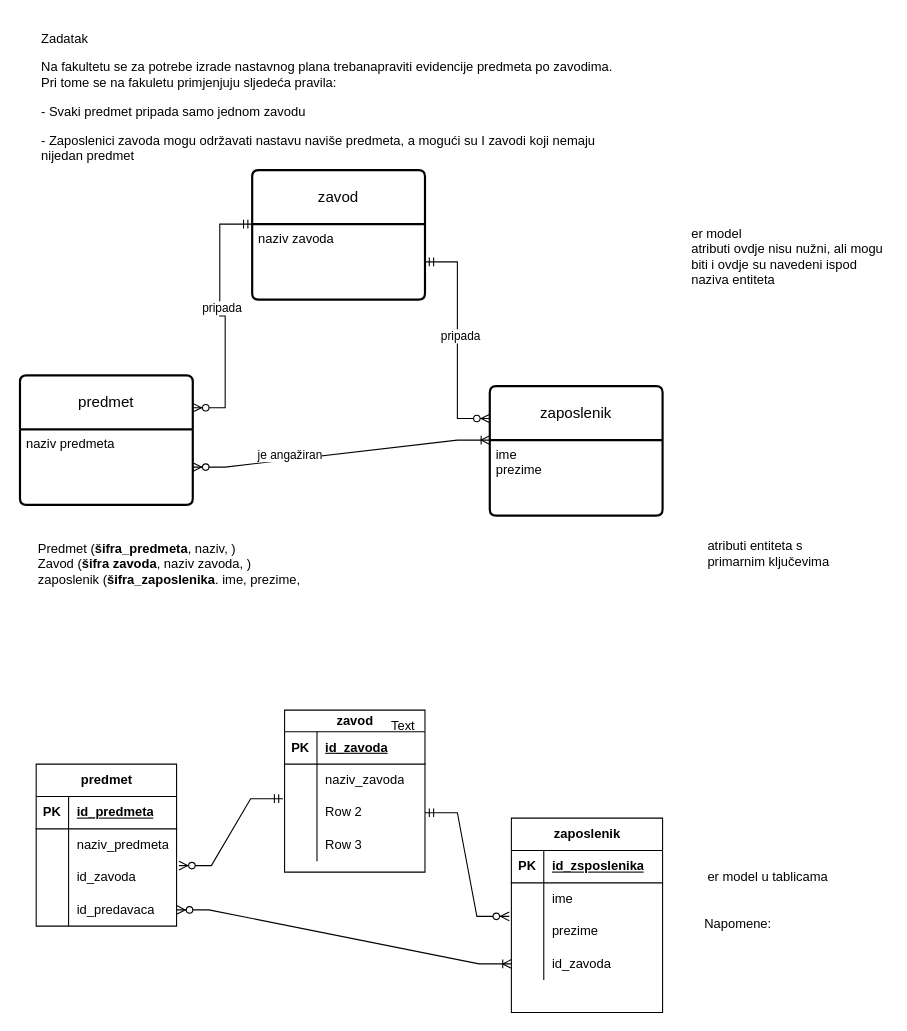
Above: fakultet-1nf.drawio in RankoSimic/baze_podataka (draw.io), before the change. Source tidied: cells renumbered, new cells numbered last; positions are measured from the earlier drawing's top-left corner, leaving out a move shared by most shapes. Both pictures are drawn from the tidied source at 108%, with x=0, y=0 at pixel (19, 29).
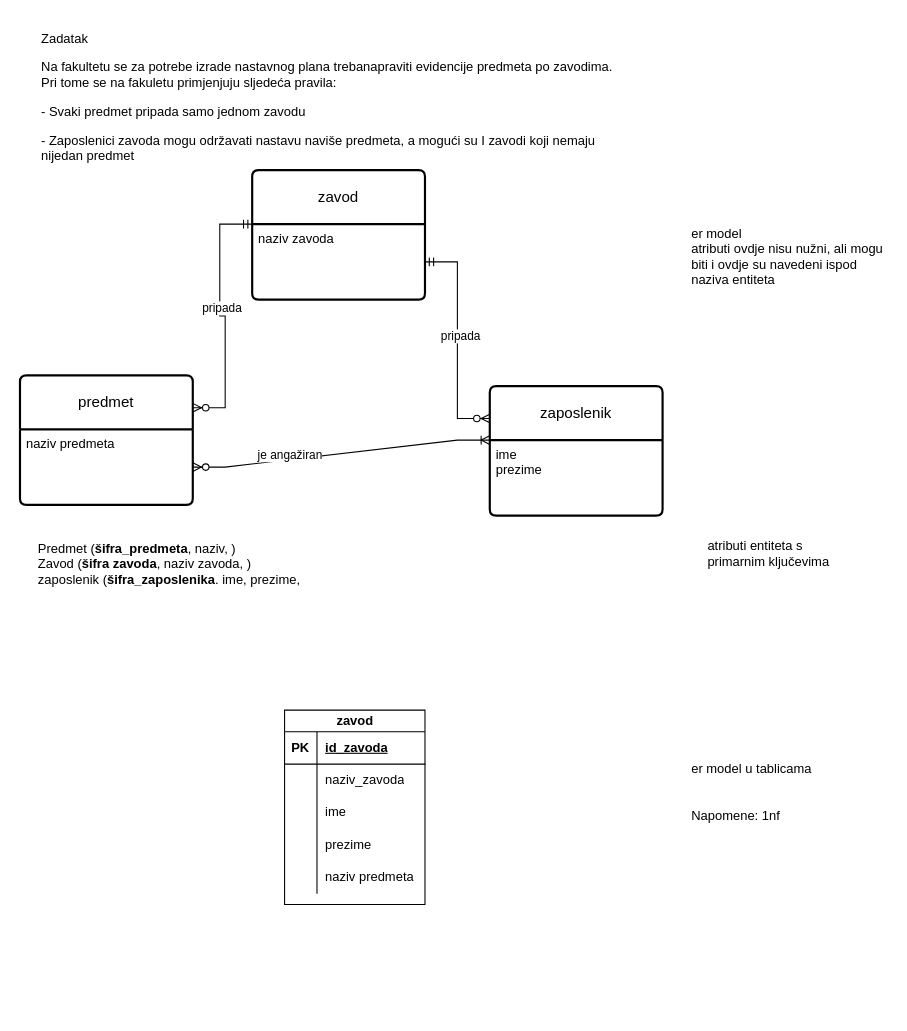
After the change.

Unchanged cells that the change refers to:
```xml
<mxCell id="10" style="shape=tableRow;horizontal=0;startSize=0;swimlaneHead=0;swimlaneBody=0;fillColor=none;points=[[0,0.5],[1,0.5]];portConstraint=eastwest;top=0;left=0;right=0;bottom=0;" parent="3" vertex="1">
  <mxGeometry y="80" width="130" height="30" as="geometry" />
</mxCell>
<mxCell id="13" style="shape=tableRow;horizontal=0;startSize=0;swimlaneHead=0;swimlaneBody=0;fillColor=none;top=0;left=0;right=0;bottom=0;" parent="3" vertex="1">
  <mxGeometry y="110" width="130" height="30" as="geometry" />
</mxCell>
```

What changed in the source:
```diff
@@
     <mxCell id="3" value="zavod" style="shape=table;startSize=20;childLayout=tableLayout;rowLines=0;fontStyle=1;align=center;html=1;" parent="1" vertex="1">
-      <mxGeometry x="245" y="630" width="130" height="150" as="geometry" />
+      <mxGeometry x="245" y="630" width="130" height="180" as="geometry" />
     </mxCell>
@@
-    <mxCell id="12" value="Row 2" style="shape=partialRectangle;fillColor=none;top=0;left=0;bottom=0;right=0;align=left;spacingLeft=6;overflow=hidden;whiteSpace=wrap;html=1;" parent="10" vertex="1">
+    <mxCell id="12" value="ime " style="shape=partialRectangle;fillColor=none;top=0;left=0;bottom=0;right=0;align=left;spacingLeft=6;overflow=hidden;whiteSpace=wrap;html=1;" parent="10" vertex="1">
       <mxGeometry x="30" width="100" height="30" as="geometry" />
     </mxCell>
@@
-    <mxCell id="15" value="Row 3" style="shape=partialRectangle;fillColor=none;top=0;left=0;bottom=0;right=0;align=left;spacingLeft=6;overflow=hidden;whiteSpace=wrap;html=1;" parent="13" vertex="1">
+    <mxCell id="15" value="prezime " style="shape=partialRectangle;fillColor=none;top=0;left=0;bottom=0;right=0;align=left;spacingLeft=6;overflow=hidden;whiteSpace=wrap;html=1;" parent="13" vertex="1">
       <mxGeometry x="30" width="100" height="30" as="geometry" />
     </mxCell>
-    <mxCell id="16" value="predmet" style="shape=table;startSize=30;childLayout=tableLayout;rowLines=0;fontStyle=1;align=center;html=1;" parent="1" vertex="1">
-      <mxGeometry x="15" y="680" width="130" height="150" as="geometry" />
-    </mxCell>
-    <mxCell id="17" style="shape=tableRow;horizontal=0;startSize=0;swimlaneHead=0;swimlaneBody=0;fillColor=none;top=0;left=0;right=0;bottom=1;" parent="16" vertex="1">
-      <mxGeometry y="30" width="130" height="30" as="geometry" />
-    </mxCell>
-    <mxCell id="18" value="PK" style="shape=partialRectangle;fillColor=none;top=0;left=0;bottom=0;right=0;fontStyle=1;overflow=hidden;whiteSpace=wrap;html=1;" parent="17" vertex="1">
-      <mxGeometry width="30" height="30" as="geometry" />
-    </mxCell>
-    <mxCell id="19" value="id_predmeta" style="shape=partialRectangle;fillColor=none;top=0;left=0;bottom=0;right=0;align=left;spacingLeft=6;fontStyle=5;overflow=hidden;whiteSpace=wrap;html=1;" parent="17" vertex="1">
-      <mxGeometry x="30" width="100" height="30" as="geometry" />
-    </mxCell>
-    <mxCell id="20" style="shape=tableRow;horizontal=0;startSize=0;swimlaneHead=0;swimlaneBody=0;fillColor=none;top=0;left=0;right=0;bottom=0;" parent="16" vertex="1">
-      <mxGeometry y="60" width="130" height="30" as="geometry" />
-    </mxCell>
-    <mxCell id="21" style="shape=partialRectangle;fillColor=none;top=0;left=0;bottom=0;right=0;overflow=hidden;whiteSpace=wrap;html=1;" parent="20" vertex="1">
-      <mxGeometry width="30" height="30" as="geometry" />
-    </mxCell>
-    <mxCell id="22" value="naziv_predmeta" style="shape=partialRectangle;fillColor=none;top=0;left=0;bottom=0;right=0;align=left;spacingLeft=6;overflow=hidden;whiteSpace=wrap;html=1;" parent="20" vertex="1">
-      <mxGeometry x="30" width="100" height="30" as="geometry" />
-    </mxCell>
-    <mxCell id="23" style="shape=tableRow;horizontal=0;startSize=0;swimlaneHead=0;swimlaneBody=0;fillColor=none;points=[[0,0.5],[1,0.5]];portConstraint=eastwest;top=0;left=0;right=0;bottom=0;" parent="16" vertex="1">
-      <mxGeometry y="90" width="130" height="30" as="geometry" />
-    </mxCell>
-    <mxCell id="24" style="shape=partialRectangle;fillColor=none;top=0;left=0;bottom=0;right=0;overflow=hidden;whiteSpace=wrap;html=1;" parent="23" vertex="1">
-      <mxGeometry width="30" height="30" as="geometry" />
-    </mxCell>
-    <mxCell id="25" value="id_zavoda" style="shape=partialRectangle;fillColor=none;top=0;left=0;bottom=0;right=0;align=left;spacingLeft=6;overflow=hidden;whiteSpace=wrap;html=1;" parent="23" vertex="1">
-      <mxGeometry x="30" width="100" height="30" as="geometry" />
-    </mxCell>
-    <mxCell id="26" style="shape=tableRow;horizontal=0;startSize=0;swimlaneHead=0;swimlaneBody=0;fillColor=none;points=[[0,0.5],[1,0.5]];portConstraint=eastwest;top=0;left=0;right=0;bottom=0;" parent="16" vertex="1">
-      <mxGeometry y="120" width="130" height="30" as="geometry" />
-    </mxCell>
-    <mxCell id="27" style="shape=partialRectangle;fillColor=none;top=0;left=0;bottom=0;right=0;overflow=hidden;whiteSpace=wrap;html=1;" parent="26" vertex="1">
-      <mxGeometry width="30" height="30" as="geometry" />
-    </mxCell>
-    <mxCell id="28" value="id_predavaca" style="shape=partialRectangle;fillColor=none;top=0;left=0;bottom=0;right=0;align=left;spacingLeft=6;overflow=hidden;whiteSpace=wrap;html=1;" parent="26" vertex="1">
-      <mxGeometry x="30" width="100" height="30" as="geometry" />
-    </mxCell>
-    <mxCell id="29" style="edgeStyle=entityRelationEdgeStyle;fontSize=12;html=1;endArrow=ERzeroToMany;startArrow=ERmandOne;rounded=0;entryX=1.017;entryY=0.133;entryDx=0;entryDy=0;entryPerimeter=0;exitX=-0.011;exitY=0.067;exitDx=0;exitDy=0;exitPerimeter=0;" parent="1" edge="1" source="10" target="23">
-      <mxGeometry relative="1" as="geometry" />
-    </mxCell>
-    <mxCell id="30" value="zaposlenik" style="shape=table;startSize=30;childLayout=tableLayout;rowLines=0;fontStyle=1;align=center;html=1;" parent="1" vertex="1">
-      <mxGeometry x="455" y="730" width="140" height="180" as="geometry" />
-    </mxCell>
-    <mxCell id="31" style="shape=tableRow;horizontal=0;startSize=0;swimlaneHead=0;swimlaneBody=0;fillColor=none;top=0;left=0;right=0;bottom=1;" parent="30" vertex="1">
-      <mxGeometry y="30" width="140" height="30" as="geometry" />
-    </mxCell>
-    <mxCell id="32" value="PK" style="shape=partialRectangle;fillColor=none;top=0;left=0;bottom=0;right=0;fontStyle=1;overflow=hidden;whiteSpace=wrap;html=1;" parent="31" vertex="1">
-      <mxGeometry width="30" height="30" as="geometry" />
-    </mxCell>
-    <mxCell id="33" value="id_zsposlenika" style="shape=partialRectangle;fillColor=none;top=0;left=0;bottom=0;right=0;align=left;spacingLeft=6;fontStyle=5;overflow=hidden;whiteSpace=wrap;html=1;" parent="31" vertex="1">
-      <mxGeometry x="30" width="110" height="30" as="geometry" />
-    </mxCell>
-    <mxCell id="34" style="shape=tableRow;horizontal=0;startSize=0;swimlaneHead=0;swimlaneBody=0;fillColor=none;top=0;left=0;right=0;bottom=0;" parent="30" vertex="1">
-      <mxGeometry y="60" width="140" height="30" as="geometry" />
-    </mxCell>
-    <mxCell id="35" style="shape=partialRectangle;fillColor=none;top=0;left=0;bottom=0;right=0;overflow=hidden;whiteSpace=wrap;html=1;" parent="34" vertex="1">
-      <mxGeometry width="30" height="30" as="geometry" />
-    </mxCell>
-    <mxCell id="36" value="ime " style="shape=partialRectangle;fillColor=none;top=0;left=0;bottom=0;right=0;align=left;spacingLeft=6;overflow=hidden;whiteSpace=wrap;html=1;" parent="34" vertex="1">
-      <mxGeometry x="30" width="110" height="30" as="geometry" />
-    </mxCell>
-    <mxCell id="37" style="shape=tableRow;horizontal=0;startSize=0;swimlaneHead=0;swimlaneBody=0;fillColor=none;points=[[0,0.5],[1,0.5]];portConstraint=eastwest;top=0;left=0;right=0;bottom=0;" parent="30" vertex="1">
-      <mxGeometry y="90" width="140" height="30" as="geometry" />
-    </mxCell>
-    <mxCell id="38" style="shape=partialRectangle;fillColor=none;top=0;left=0;bottom=0;right=0;overflow=hidden;whiteSpace=wrap;html=1;" parent="37" vertex="1">
-      <mxGeometry width="30" height="30" as="geometry" />
-    </mxCell>
-    <mxCell id="39" value="prezime" style="shape=partialRectangle;fillColor=none;top=0;left=0;bottom=0;right=0;align=left;spacingLeft=6;overflow=hidden;whiteSpace=wrap;html=1;" parent="37" vertex="1">
-      <mxGeometry x="30" width="110" height="30" as="geometry" />
-    </mxCell>
-    <mxCell id="40" style="shape=tableRow;horizontal=0;startSize=0;swimlaneHead=0;swimlaneBody=0;fillColor=none;points=[[0,0.5],[1,0.5]];portConstraint=eastwest;top=0;left=0;right=0;bottom=0;" parent="30" vertex="1">
-      <mxGeometry y="120" width="140" height="30" as="geometry" />
-    </mxCell>
-    <mxCell id="41" style="shape=partialRectangle;fillColor=none;top=0;left=0;bottom=0;right=0;overflow=hidden;whiteSpace=wrap;html=1;" parent="40" vertex="1">
-      <mxGeometry width="30" height="30" as="geometry" />
-    </mxCell>
-    <mxCell id="42" value="id_zavoda " style="shape=partialRectangle;fillColor=none;top=0;left=0;bottom=0;right=0;align=left;spacingLeft=6;overflow=hidden;whiteSpace=wrap;html=1;" parent="40" vertex="1">
-      <mxGeometry x="30" width="110" height="30" as="geometry" />
-    </mxCell>
-    <mxCell id="43" style="edgeStyle=entityRelationEdgeStyle;fontSize=12;html=1;endArrow=ERzeroToMany;startArrow=ERmandOne;rounded=0;entryX=-0.014;entryY=0.033;entryDx=0;entryDy=0;entryPerimeter=0;" parent="1" edge="1" source="10" target="37">
-      <mxGeometry relative="1" as="geometry" />
-    </mxCell>
-    <mxCell id="44" style="edgeStyle=entityRelationEdgeStyle;fontSize=12;html=1;endArrow=ERoneToMany;startArrow=ERzeroToMany;rounded=0;entryX=0;entryY=0.5;entryDx=0;entryDy=0;" parent="1" edge="1" source="26" target="40">
-      <mxGeometry relative="1" as="geometry" />
-    </mxCell>
+    <mxCell id="63" style="shape=tableRow;horizontal=0;startSize=0;swimlaneHead=0;swimlaneBody=0;fillColor=none;top=0;left=0;right=0;bottom=0;" parent="3" vertex="1">
+      <mxGeometry y="140" width="130" height="30" as="geometry" />
+    </mxCell>
+    <mxCell id="64" style="shape=partialRectangle;fillColor=none;top=0;left=0;bottom=0;right=0;overflow=hidden;whiteSpace=wrap;html=1;" parent="63" vertex="1">
+      <mxGeometry width="30" height="30" as="geometry" />
+    </mxCell>
+    <mxCell id="65" value="naziv predmeta" style="shape=partialRectangle;fillColor=none;top=0;left=0;bottom=0;right=0;align=left;spacingLeft=6;overflow=hidden;whiteSpace=wrap;html=1;" parent="63" vertex="1">
+      <mxGeometry x="30" width="100" height="30" as="geometry" />
+    </mxCell>
@@
-    <mxCell id="55" value="Text" style="text;html=1;strokeColor=none;fillColor=none;align=center;verticalAlign=middle;whiteSpace=wrap;rounded=0;" parent="1" vertex="1">
-      <mxGeometry x="325" y="630" width="60" height="30" as="geometry" />
-    </mxCell>
@@
     <mxCell id="57" value="er model u tablicama " style="text;html=1;strokeColor=none;fillColor=none;align=left;verticalAlign=middle;whiteSpace=wrap;rounded=0;" parent="1" vertex="1">
-      <mxGeometry x="635" y="770" width="130" height="30" as="geometry" />
+      <mxGeometry x="620" y="670" width="130" height="30" as="geometry" />
     </mxCell>
-    <mxCell id="58" value="&lt;div&gt;Napomene:&lt;/div&gt;&lt;div&gt;&lt;br&gt;&lt;/div&gt;" style="text;html=1;strokeColor=none;fillColor=none;align=center;verticalAlign=middle;whiteSpace=wrap;rounded=0;" parent="1" vertex="1">
-      <mxGeometry x="635" y="810" width="60" height="50" as="geometry" />
+    <mxCell id="58" value="&lt;div&gt;Napomene: 1nf&lt;br&gt;&lt;/div&gt;&lt;div&gt;&lt;br&gt;&lt;/div&gt;" style="text;html=1;strokeColor=none;fillColor=none;align=left;verticalAlign=middle;whiteSpace=wrap;rounded=0;" parent="1" vertex="1">
+      <mxGeometry x="620" y="710" width="130" height="50" as="geometry" />
     </mxCell>
```
